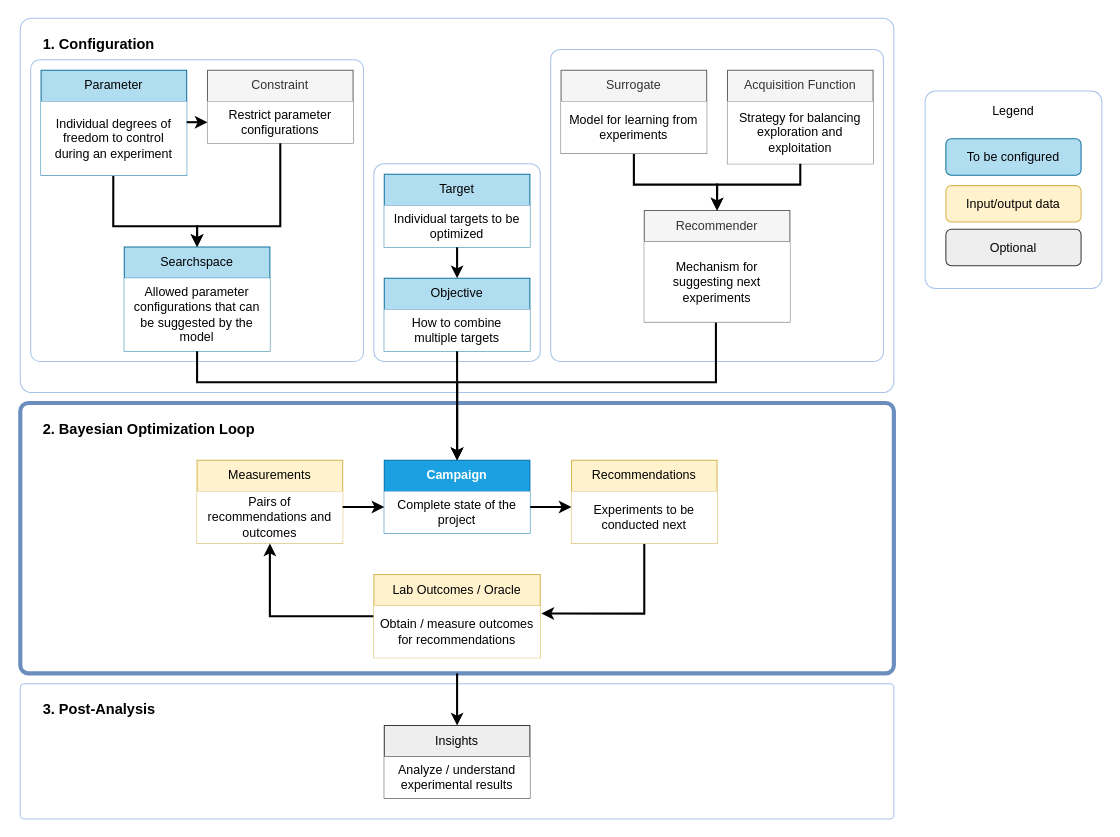
This is latest/_static/api_overview.drawio from Hrovatin/baybe, a draw.io file, before an edit. Source tidied: cells renumbered, new cells numbered last; positions are measured from the earlier drawing's top-left corner, leaving out a move shared by most shapes. Both pictures are drawn from the tidied source at 104%, with x=0, y=0 at pixel (20, 18).
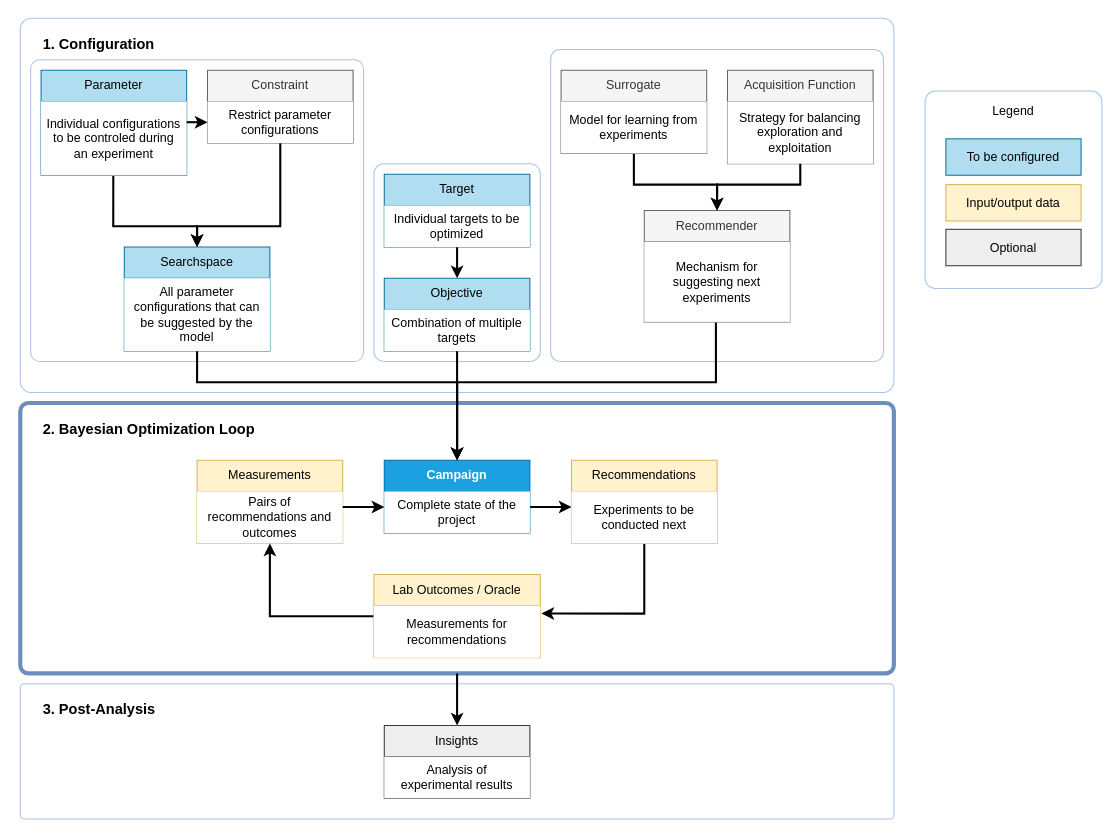
After the change.

The change refers to these unchanged cells:
```xml
<mxCell id="10" value="Searchspace" style="swimlane;fontStyle=0;horizontal=1;startSize=30;whiteSpace=wrap;html=1;fillColor=#b1ddf0;strokeColor=#10739e;" parent="1" vertex="1">
  <mxGeometry x="100" y="220" width="140" height="100" as="geometry" />
</mxCell>
<mxCell id="17" value="Objective" style="swimlane;fontStyle=0;horizontal=1;startSize=30;whiteSpace=wrap;html=1;fillColor=#b1ddf0;strokeColor=#10739e;" parent="1" vertex="1">
  <mxGeometry x="350" y="250" width="140" height="70" as="geometry" />
</mxCell>
<mxCell id="29" value="Lab Outcomes / Oracle" style="swimlane;fontStyle=0;horizontal=1;startSize=30;whiteSpace=wrap;html=1;fillColor=#fff2cc;strokeColor=#d6b656;" parent="1" vertex="1">
  <mxGeometry x="340" y="535" width="160" height="80" as="geometry" />
</mxCell>
<mxCell id="32" value="Parameter" style="swimlane;fontStyle=0;horizontal=1;startSize=30;whiteSpace=wrap;html=1;fillColor=#b1ddf0;strokeColor=#10739e;gradientDirection=radial;" parent="1" vertex="1">
  <mxGeometry x="20" y="50" width="140" height="101" as="geometry" />
</mxCell>
<mxCell id="37" value="Insights" style="swimlane;fontStyle=0;horizontal=1;startSize=30;whiteSpace=wrap;html=1;fillColor=#eeeeee;strokeColor=#36393d;" parent="1" vertex="1">
  <mxGeometry x="350" y="680" width="140" height="70" as="geometry" />
</mxCell>
```

Change to the diagram source:
```diff
@@
-    <mxCell id="11" value="Allowed parameter configurations that can be suggested by the model" style="text;strokeColor=none;fillColor=default;align=center;verticalAlign=middle;spacingLeft=4;spacingRight=4;overflow=hidden;whiteSpace=wrap;html=1;" parent="10" vertex="1">
+    <mxCell id="11" value="All parameter configurations that can be suggested by the model" style="text;strokeColor=none;fillColor=default;align=center;verticalAlign=middle;spacingLeft=4;spacingRight=4;overflow=hidden;whiteSpace=wrap;html=1;" parent="10" vertex="1">
       <mxGeometry y="30" width="140" height="70" as="geometry" />
     </mxCell>
@@
-    <mxCell id="18" value="How to combine multiple targets" style="text;strokeColor=none;fillColor=default;align=center;verticalAlign=middle;spacingLeft=4;spacingRight=4;overflow=hidden;whiteSpace=wrap;html=1;" parent="17" vertex="1">
+    <mxCell id="18" value="Combination of multiple targets" style="text;strokeColor=none;fillColor=default;align=center;verticalAlign=middle;spacingLeft=4;spacingRight=4;overflow=hidden;whiteSpace=wrap;html=1;" parent="17" vertex="1">
       <mxGeometry y="30" width="140" height="40" as="geometry" />
     </mxCell>
@@
-    <mxCell id="30" value="Obtain / measure outcomes for recommendations" style="text;strokeColor=none;fillColor=default;align=center;verticalAlign=middle;spacingLeft=4;spacingRight=4;overflow=hidden;points=[[0,0.5],[1,0.5]];portConstraint=eastwest;whiteSpace=wrap;html=1;" parent="29" vertex="1">
+    <mxCell id="30" value="Measurements for recommendations" style="text;strokeColor=none;fillColor=default;align=center;verticalAlign=middle;spacingLeft=4;spacingRight=4;overflow=hidden;points=[[0,0.5],[1,0.5]];portConstraint=eastwest;whiteSpace=wrap;html=1;" parent="29" vertex="1">
       <mxGeometry y="30" width="160" height="50" as="geometry" />
     </mxCell>
@@
-    <mxCell id="33" value="Individual degrees of freedom to control during an experiment" style="text;strokeColor=none;fillColor=default;align=center;verticalAlign=middle;spacingLeft=4;spacingRight=4;overflow=hidden;points=[[0,0.5],[1,0.5]];portConstraint=eastwest;whiteSpace=wrap;html=1;" parent="32" vertex="1">
+    <mxCell id="33" value="Individual configurations to be controled during an experiment" style="text;strokeColor=none;fillColor=default;align=center;verticalAlign=middle;spacingLeft=4;spacingRight=4;overflow=hidden;points=[[0,0.5],[1,0.5]];portConstraint=eastwest;whiteSpace=wrap;html=1;" parent="32" vertex="1">
       <mxGeometry y="30" width="140" height="71" as="geometry" />
     </mxCell>
@@
-    <mxCell id="38" value="Analyze / understand experimental results" style="text;strokeColor=none;fillColor=default;align=center;verticalAlign=middle;spacingLeft=4;spacingRight=4;overflow=hidden;whiteSpace=wrap;html=1;" parent="37" vertex="1">
+    <mxCell id="38" value="Analysis of experimental results" style="text;strokeColor=none;fillColor=default;align=center;verticalAlign=middle;spacingLeft=4;spacingRight=4;overflow=hidden;whiteSpace=wrap;html=1;" parent="37" vertex="1">
       <mxGeometry y="30" width="140" height="40" as="geometry" />
     </mxCell>
@@
-    <mxCell id="52" value="Optional" style="rounded=1;whiteSpace=wrap;html=1;fillColor=#eeeeee;strokeColor=#36393d;" parent="1" vertex="1">
+    <mxCell id="52" value="Optional" style="rounded=1;whiteSpace=wrap;html=1;fillColor=#eeeeee;strokeColor=#36393d;arcSize=0;" parent="1" vertex="1">
       <mxGeometry x="890" y="203" width="130" height="35" as="geometry" />
     </mxCell>
-    <mxCell id="53" value="To be configured" style="rounded=1;whiteSpace=wrap;html=1;fillColor=#b1ddf0;strokeColor=#10739e;" parent="1" vertex="1">
+    <mxCell id="53" value="To be configured" style="rounded=1;whiteSpace=wrap;html=1;fillColor=#b1ddf0;strokeColor=#10739e;arcSize=0;" parent="1" vertex="1">
       <mxGeometry x="890" y="116" width="130" height="35" as="geometry" />
     </mxCell>
@@
-    <mxCell id="55" value="&lt;span style=&quot;font-weight: normal;&quot;&gt;Input/output data&lt;/span&gt;" style="rounded=1;whiteSpace=wrap;html=1;fillColor=#fff2cc;strokeColor=#d6b656;fontStyle=1;" parent="1" vertex="1">
-      <mxGeometry x="890" y="161" width="130" height="35" as="geometry" />
+    <mxCell id="55" value="&lt;span style=&quot;font-weight: normal;&quot;&gt;Input/output data&lt;/span&gt;" style="rounded=1;whiteSpace=wrap;html=1;fillColor=#fff2cc;strokeColor=#d6b656;fontStyle=1;arcSize=0;" parent="1" vertex="1">
+      <mxGeometry x="890" y="160" width="130" height="35" as="geometry" />
     </mxCell>
```
